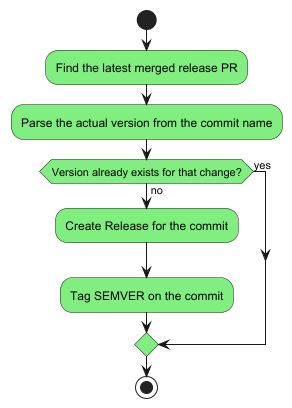
Earlier version of the PlantUML export docs/plantuml/create_release_flow.png (zolkiss/project-git-release-core).
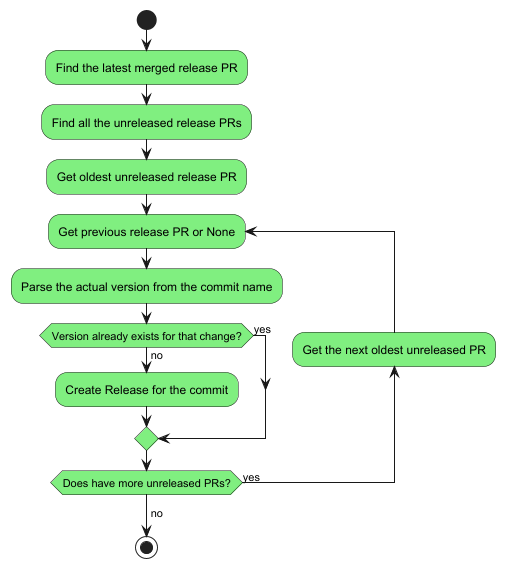
Later version of the same file.

What changed in the source:
```diff
@@ -6,11 +6,16 @@
 </style>
 start
 :Find the latest merged release PR; <<finished>>
-:Parse the actual version from the commit name; <<finished>>
-if(Version already exists for that change?) then (no) <<finished>>
-    :Create Release for the commit; <<finished>>
-    :Tag SEMVER on the commit; <<finished>>
-else (yes)
-endif
+:Find all the unreleased release PRs; <<finished>>
+:Get oldest unreleased release PR; <<finished>>
+repeat :Get previous release PR or None; <<finished>>
+    :Parse the actual version from the commit name; <<finished>>
+    if(Version already exists for that change?) then (no) <<finished>>
+        :Create Release for the commit; <<finished>>
+    else (yes)
+    endif
+backward :Get the next oldest unreleased PR; <<finished>>
+repeat while (Does have more unreleased PRs?) is (yes)
+->no;
 stop
 @enduml
```
